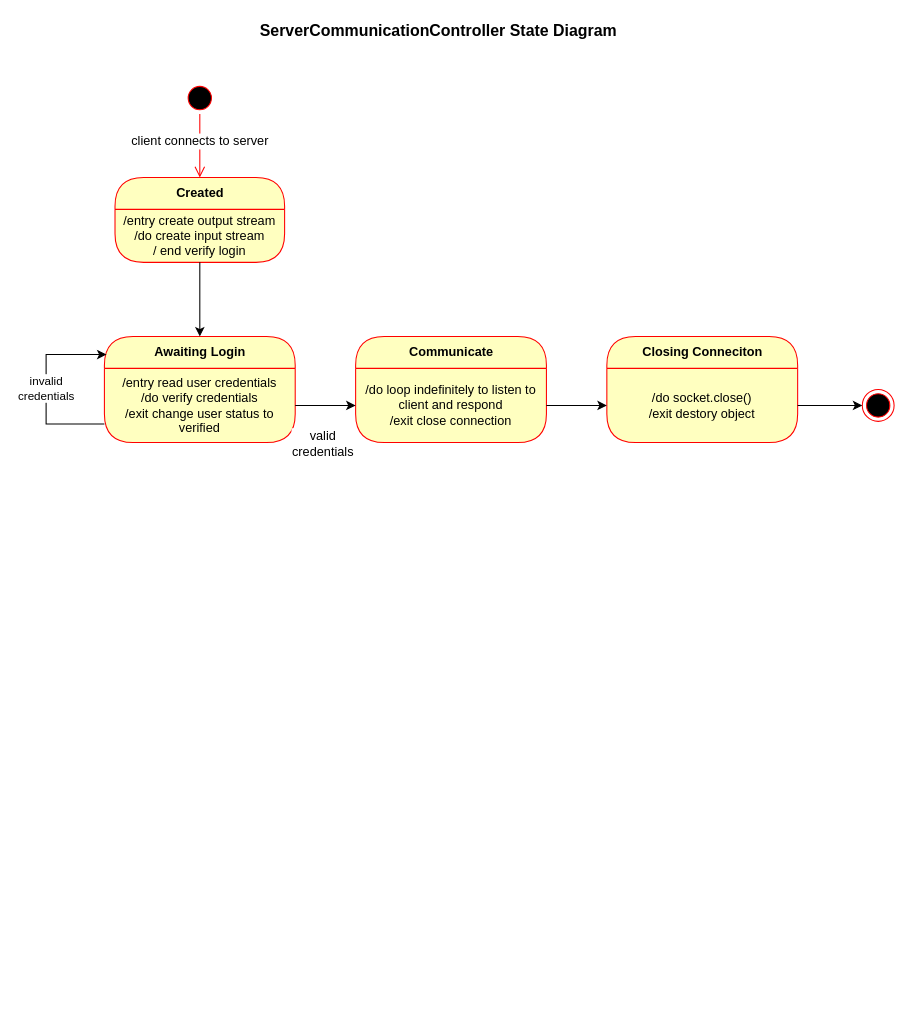
Earlier version of the draw.io diagram CoreClassesStateTransitionDiagrams.drawio (ryan-holt/ENSF480FinalProject). Source tidied: cells renumbered, new cells numbered last; positions are measured from the earlier drawing's top-left corner, leaving out a move shared by most shapes. Both pictures are drawn from the tidied source at 106%, with x=0, y=0 at pixel (46, 18).
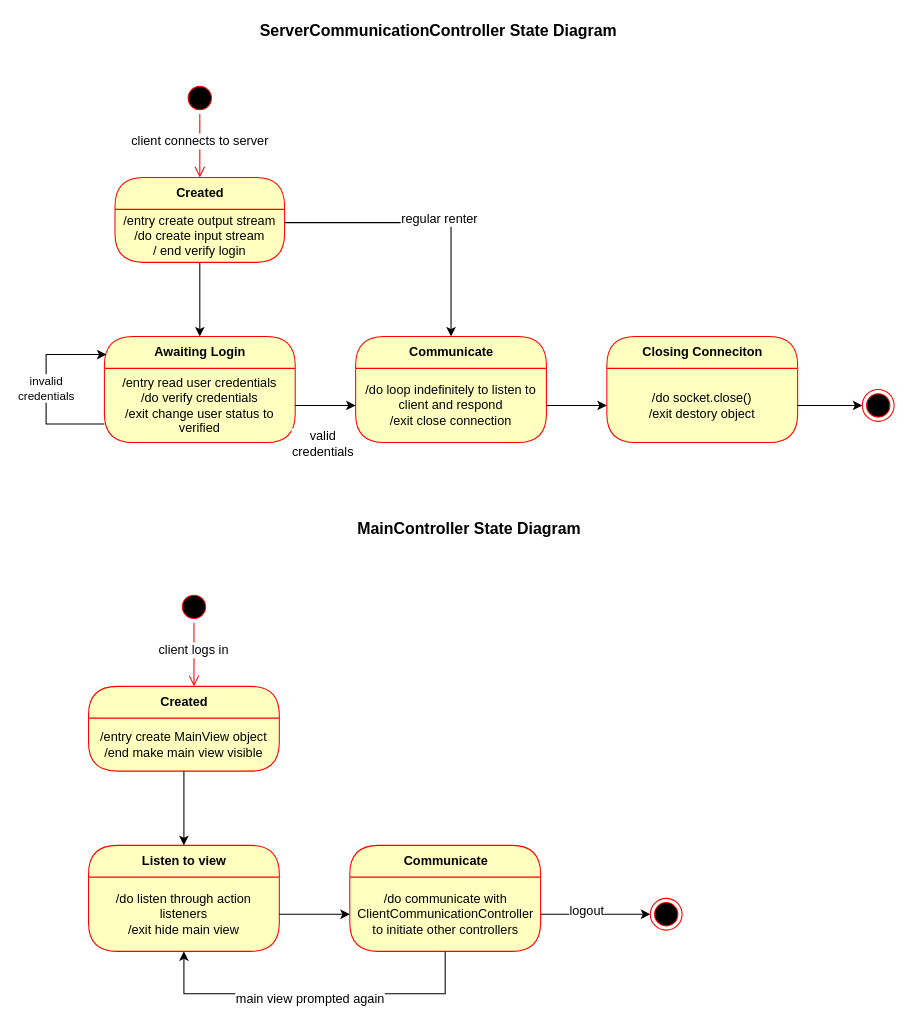
After the change.

Unchanged cells that the change refers to:
```xml
<mxCell id="6" value="/entry create output stream&lt;br&gt;/do create input stream&lt;br&gt;/ end verify login" style="text;html=1;strokeColor=none;fillColor=none;align=center;verticalAlign=middle;spacingLeft=4;spacingRight=4;whiteSpace=wrap;overflow=hidden;fontColor=#000000;" parent="5" vertex="1">
  <mxGeometry y="30" width="160" height="50" as="geometry" />
</mxCell>
<mxCell id="12" value="Communicate" style="swimlane;html=1;fontStyle=1;align=center;verticalAlign=middle;horizontal=1;startSize=30;fontColor=#000000;rounded=1;arcSize=30;strokeColor=#ff0000;fillColor=#ffffc0;swimlaneFillColor=#ffffc0;" parent="1" vertex="1">
  <mxGeometry x="292" y="300" width="180" height="100" as="geometry" />
</mxCell>
```

Change to the diagram source:
```diff
@@
+    <mxCell id="21" style="edgeStyle=orthogonalEdgeStyle;rounded=0;jettySize=auto;html=1;exitX=1;exitY=0.25;exitDx=0;exitDy=0;entryX=0.5;entryY=0;entryDx=0;entryDy=0;" parent="1" edge="1" source="6" target="12">
+      <mxGeometry relative="1" as="geometry" />
+    </mxCell>
+    <mxCell id="22" value="regular renter" style="text;html=1;align=center;verticalAlign=middle;labelBackgroundColor=#ffffff;" parent="21" vertex="1">
+      <mxGeometry x="0.1" y="4" relative="1" as="geometry" />
+    </mxCell>
+    <mxCell id="23" value="&lt;b&gt;&lt;font style=&quot;font-size: 15px&quot;&gt;MainController State Diagram&lt;/font&gt;&lt;/b&gt;" style="text;html=1;align=left;verticalAlign=top;spacingTop=-4;" parent="1" vertex="1">
+      <mxGeometry x="292" y="470" width="230" height="20" as="geometry" />
+    </mxCell>
+    <mxCell id="24" style="ellipse;html=1;shape=startState;fillColor=#000000;strokeColor=#ff0000;" parent="1" vertex="1">
+      <mxGeometry x="124.5" y="540" width="30" height="30" as="geometry" />
+    </mxCell>
+    <mxCell id="25" style="edgeStyle=orthogonalEdgeStyle;html=1;verticalAlign=bottom;endArrow=open;endSize=8;strokeColor=#ff0000;" parent="1" edge="1" source="24">
+      <mxGeometry relative="1" as="geometry">
+        <mxPoint x="139.5" y="630" as="targetPoint" />
+      </mxGeometry>
+    </mxCell>
+    <mxCell id="26" value="client logs in" style="text;html=1;align=center;verticalAlign=middle;labelBackgroundColor=#ffffff;" parent="25" vertex="1">
+      <mxGeometry x="-0.17" y="-1" relative="1" as="geometry" />
+    </mxCell>
+    <mxCell id="27" value="Created" style="swimlane;html=1;fontStyle=1;align=center;verticalAlign=middle;horizontal=1;startSize=30;fontColor=#000000;rounded=1;arcSize=30;strokeColor=#ff0000;fillColor=#ffffc0;swimlaneFillColor=#ffffc0;" parent="1" vertex="1">
+      <mxGeometry x="40" y="630" width="180" height="80" as="geometry" />
+    </mxCell>
+    <mxCell id="28" value="/entry create MainView object&lt;br&gt;/end make main view visible" style="text;html=1;strokeColor=none;fillColor=none;align=center;verticalAlign=middle;spacingLeft=4;spacingRight=4;whiteSpace=wrap;overflow=hidden;fontColor=#000000;" parent="27" vertex="1">
+      <mxGeometry y="30" width="180" height="50" as="geometry" />
+    </mxCell>
+    <mxCell id="29" value="Listen to view" style="swimlane;html=1;fontStyle=1;align=center;verticalAlign=middle;horizontal=1;startSize=30;fontColor=#000000;rounded=1;arcSize=30;strokeColor=#ff0000;fillColor=#ffffc0;swimlaneFillColor=#ffffc0;" parent="1" vertex="1">
+      <mxGeometry x="40" y="780" width="180" height="100" as="geometry" />
+    </mxCell>
+    <mxCell id="30" value="/do listen through action listeners&lt;br&gt;/exit hide main view" style="text;html=1;strokeColor=none;fillColor=none;align=center;verticalAlign=middle;spacingLeft=4;spacingRight=4;whiteSpace=wrap;overflow=hidden;fontColor=#000000;" parent="29" vertex="1">
+      <mxGeometry y="30" width="180" height="70" as="geometry" />
+    </mxCell>
+    <mxCell id="31" style="edgeStyle=orthogonalEdgeStyle;rounded=0;jettySize=auto;html=1;exitX=0.5;exitY=1;exitDx=0;exitDy=0;entryX=0.5;entryY=0;entryDx=0;entryDy=0;" parent="1" edge="1" source="28" target="29">
+      <mxGeometry relative="1" as="geometry" />
+    </mxCell>
+    <mxCell id="32" value="Communicate" style="swimlane;html=1;fontStyle=1;align=center;verticalAlign=middle;horizontal=1;startSize=30;fontColor=#000000;rounded=1;arcSize=30;strokeColor=#ff0000;fillColor=#ffffc0;swimlaneFillColor=#ffffc0;" parent="1" vertex="1">
+      <mxGeometry x="286.5" y="780" width="180" height="100" as="geometry" />
+    </mxCell>
+    <mxCell id="33" value="/do communicate with ClientCommunicationController to initiate other controllers" style="text;html=1;strokeColor=none;fillColor=none;align=center;verticalAlign=middle;spacingLeft=4;spacingRight=4;whiteSpace=wrap;overflow=hidden;fontColor=#000000;" parent="32" vertex="1">
+      <mxGeometry y="30" width="180" height="70" as="geometry" />
+    </mxCell>
+    <mxCell id="34" style="edgeStyle=orthogonalEdgeStyle;rounded=0;jettySize=auto;html=1;exitX=1;exitY=0.5;exitDx=0;exitDy=0;entryX=0;entryY=0.5;entryDx=0;entryDy=0;" parent="1" edge="1" source="33" target="39">
+      <mxGeometry relative="1" as="geometry" />
+    </mxCell>
+    <mxCell id="35" value="logout" style="text;html=1;align=center;verticalAlign=middle;labelBackgroundColor=#ffffff;" parent="34" vertex="1">
+      <mxGeometry x="-0.17" y="4" relative="1" as="geometry" />
+    </mxCell>
+    <mxCell id="36" style="edgeStyle=orthogonalEdgeStyle;rounded=0;jettySize=auto;html=1;exitX=1;exitY=0.5;exitDx=0;exitDy=0;entryX=0;entryY=0.5;entryDx=0;entryDy=0;" parent="1" edge="1" source="30" target="33">
+      <mxGeometry relative="1" as="geometry" />
+    </mxCell>
+    <mxCell id="37" style="edgeStyle=orthogonalEdgeStyle;rounded=0;jettySize=auto;html=1;exitX=0.5;exitY=1;exitDx=0;exitDy=0;entryX=0.5;entryY=1;entryDx=0;entryDy=0;" parent="1" edge="1" source="33" target="30">
+      <mxGeometry relative="1" as="geometry">
+        <Array as="points">
+          <mxPoint x="377" y="920" />
+          <mxPoint x="130" y="920" />
+        </Array>
+      </mxGeometry>
+    </mxCell>
+    <mxCell id="38" value="main view prompted again" style="text;html=1;align=center;verticalAlign=middle;labelBackgroundColor=#ffffff;" parent="37" vertex="1">
+      <mxGeometry x="0.03" y="4" relative="1" as="geometry" />
+    </mxCell>
+    <mxCell id="39" style="ellipse;html=1;shape=endState;fillColor=#000000;strokeColor=#ff0000;" parent="1" vertex="1">
+      <mxGeometry x="570" y="830" width="30" height="30" as="geometry" />
+    </mxCell>
```
